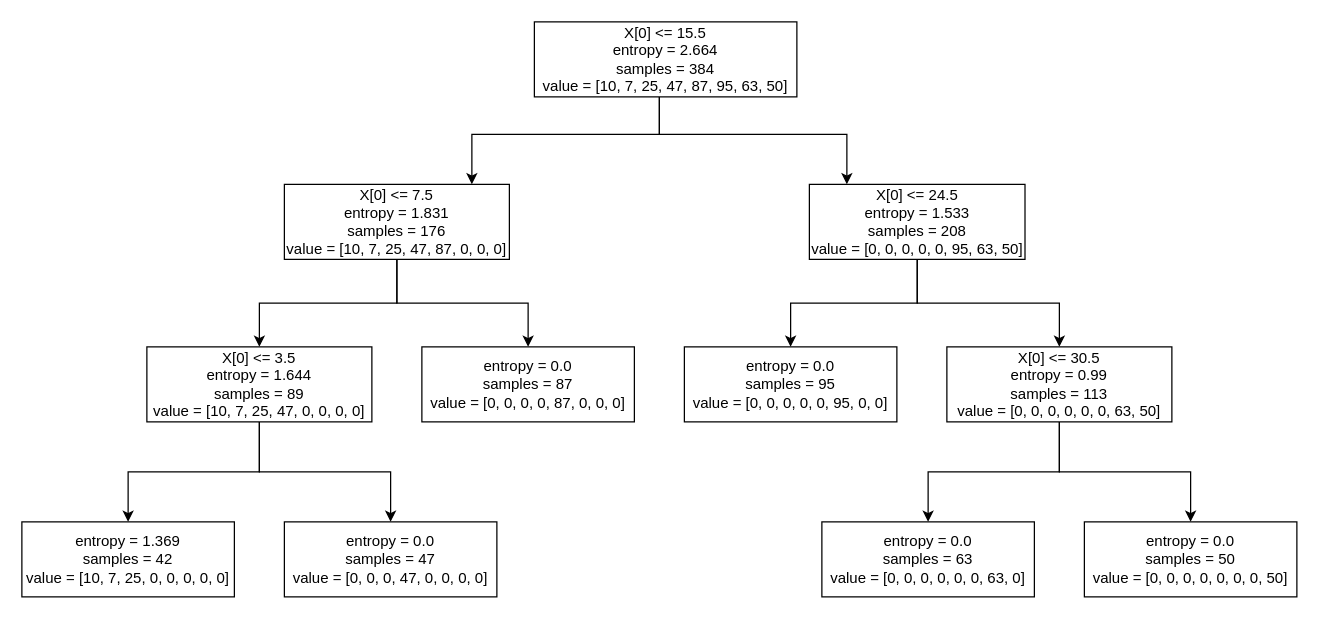
The draw.io diagram tree.drawio in chitrakarma/Crime-Prediction-Analysis, before the edit. Source tidied: cells renumbered, new cells numbered last; positions are measured from the earlier drawing's top-left corner, leaving out a move shared by most shapes. Both pictures are drawn from the tidied source at 125%, with x=0, y=0 at pixel (21, 21).
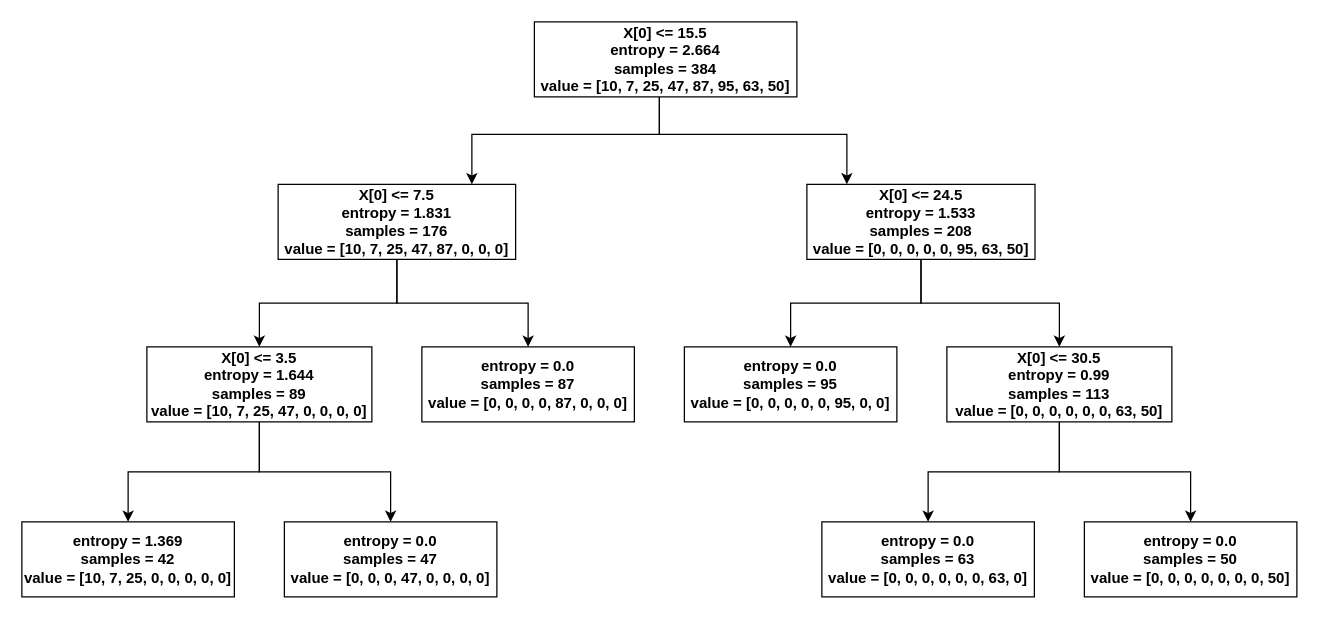
After the change.

What changed in the source:
```diff
@@
-    <mxCell id="4" value="X[0] &amp;lt;= 15.5&lt;br&gt;entropy = 2.664&lt;br&gt;samples = 384&lt;br&gt;value = [10, 7, 25, 47, 87, 95, 63, 50]" style="rounded=0;whiteSpace=wrap;html=1;" parent="1" vertex="1">
+    <mxCell id="4" value="&lt;b&gt;X[0] &amp;lt;= 15.5&lt;br&gt;entropy = 2.664&lt;br&gt;samples = 384&lt;br&gt;value = [10, 7, 25, 47, 87, 95, 63, 50]&lt;/b&gt;" style="rounded=0;whiteSpace=wrap;html=1;" parent="1" vertex="1">
       <mxGeometry x="410" width="210" height="60" as="geometry" />
     </mxCell>
@@
-    <mxCell id="7" value="&lt;span&gt;X[0] &amp;lt;= 7.5&lt;/span&gt;&lt;br&gt;&lt;span&gt;entropy = 1.831&lt;/span&gt;&lt;br&gt;&lt;span&gt;samples = 176&lt;/span&gt;&lt;br&gt;&lt;span&gt;value = [10, 7, 25, 47, 87, 0, 0, 0]&lt;/span&gt;" style="rounded=0;whiteSpace=wrap;html=1;" parent="1" vertex="1">
-      <mxGeometry x="210" y="130" width="180" height="60" as="geometry" />
+    <mxCell id="7" value="&lt;b&gt;&lt;span&gt;X[0] &amp;lt;= 7.5&lt;/span&gt;&lt;br&gt;&lt;span&gt;entropy = 1.831&lt;/span&gt;&lt;br&gt;&lt;span&gt;samples = 176&lt;/span&gt;&lt;br&gt;&lt;span&gt;value = [10, 7, 25, 47, 87, 0, 0, 0]&lt;/span&gt;&lt;/b&gt;" style="rounded=0;whiteSpace=wrap;html=1;" parent="1" vertex="1">
+      <mxGeometry x="205" y="130" width="190" height="60" as="geometry" />
     </mxCell>
@@
-    <mxCell id="10" value="&lt;span&gt;X[0] &amp;lt;= 24.5&lt;/span&gt;&lt;br&gt;&lt;span&gt;entropy = 1.533&lt;/span&gt;&lt;br&gt;&lt;span&gt;samples = 208&lt;/span&gt;&lt;br&gt;&lt;span&gt;value = [0, 0, 0, 0, 0, 95, 63, 50]&lt;/span&gt;" style="rounded=0;whiteSpace=wrap;html=1;" parent="1" vertex="1">
-      <mxGeometry x="630" y="130" width="172.5" height="60" as="geometry" />
+    <mxCell id="10" value="&lt;b&gt;&lt;span&gt;X[0] &amp;lt;= 24.5&lt;/span&gt;&lt;br&gt;&lt;span&gt;entropy = 1.533&lt;/span&gt;&lt;br&gt;&lt;span&gt;samples = 208&lt;/span&gt;&lt;br&gt;&lt;span&gt;value = [0, 0, 0, 0, 0, 95, 63, 50]&lt;/span&gt;&lt;/b&gt;" style="rounded=0;whiteSpace=wrap;html=1;" parent="1" vertex="1">
+      <mxGeometry x="628" y="130" width="182.5" height="60" as="geometry" />
     </mxCell>
@@
-    <mxCell id="13" value="&lt;span&gt;X[0] &amp;lt;= 3.5&lt;/span&gt;&lt;br&gt;&lt;span&gt;entropy = 1.644&lt;/span&gt;&lt;br&gt;&lt;span&gt;samples = 89&lt;/span&gt;&lt;br&gt;&lt;span&gt;value = [10, 7, 25, 47, 0, 0, 0, 0]&lt;/span&gt;" style="rounded=0;whiteSpace=wrap;html=1;" parent="1" vertex="1">
+    <mxCell id="13" value="&lt;b&gt;&lt;span&gt;X[0] &amp;lt;= 3.5&lt;/span&gt;&lt;br&gt;&lt;span&gt;entropy = 1.644&lt;/span&gt;&lt;br&gt;&lt;span&gt;samples = 89&lt;/span&gt;&lt;br&gt;&lt;span&gt;value = [10, 7, 25, 47, 0, 0, 0, 0]&lt;/span&gt;&lt;/b&gt;" style="rounded=0;whiteSpace=wrap;html=1;" parent="1" vertex="1">
       <mxGeometry x="100" y="260" width="180" height="60" as="geometry" />
     </mxCell>
-    <mxCell id="14" value="&lt;span&gt;entropy = 1.369&lt;/span&gt;&lt;br&gt;&lt;span&gt;samples = 42&lt;/span&gt;&lt;br&gt;&lt;span&gt;value = [10, 7, 25, 0, 0, 0, 0, 0]&lt;/span&gt;" style="rounded=0;whiteSpace=wrap;html=1;" parent="1" vertex="1">
+    <mxCell id="14" value="&lt;b&gt;&lt;span&gt;entropy = 1.369&lt;/span&gt;&lt;br&gt;&lt;span&gt;samples = 42&lt;/span&gt;&lt;br&gt;&lt;span&gt;value = [10, 7, 25, 0, 0, 0, 0, 0]&lt;/span&gt;&lt;/b&gt;" style="rounded=0;whiteSpace=wrap;html=1;" parent="1" vertex="1">
       <mxGeometry y="400" width="170" height="60" as="geometry" />
     </mxCell>
-    <mxCell id="15" value="&lt;span&gt;entropy = 0.0&lt;/span&gt;&lt;br&gt;&lt;span&gt;samples = 47&lt;/span&gt;&lt;br&gt;&lt;span&gt;value = [0, 0, 0, 47, 0, 0, 0, 0]&lt;/span&gt;" style="rounded=0;whiteSpace=wrap;html=1;" parent="1" vertex="1">
+    <mxCell id="15" value="&lt;b&gt;&lt;span&gt;entropy = 0.0&lt;/span&gt;&lt;br&gt;&lt;span&gt;samples = 47&lt;/span&gt;&lt;br&gt;&lt;span&gt;value = [0, 0, 0, 47, 0, 0, 0, 0]&lt;/span&gt;&lt;/b&gt;" style="rounded=0;whiteSpace=wrap;html=1;" parent="1" vertex="1">
       <mxGeometry x="210" y="400" width="170" height="60" as="geometry" />
     </mxCell>
@@
-    <mxCell id="18" value="&lt;span&gt;X[0] &amp;lt;= 30.5&lt;/span&gt;&lt;br&gt;&lt;span&gt;entropy = 0.99&lt;/span&gt;&lt;br&gt;&lt;span&gt;samples = 113&lt;/span&gt;&lt;br&gt;&lt;span&gt;value = [0, 0, 0, 0, 0, 0, 63, 50]&lt;/span&gt;" style="rounded=0;whiteSpace=wrap;html=1;" parent="1" vertex="1">
+    <mxCell id="18" value="&lt;b&gt;&lt;span&gt;X[0] &amp;lt;= 30.5&lt;/span&gt;&lt;br&gt;&lt;span&gt;entropy = 0.99&lt;/span&gt;&lt;br&gt;&lt;span&gt;samples = 113&lt;/span&gt;&lt;br&gt;&lt;span&gt;value = [0, 0, 0, 0, 0, 0, 63, 50]&lt;/span&gt;&lt;/b&gt;" style="rounded=0;whiteSpace=wrap;html=1;" parent="1" vertex="1">
       <mxGeometry x="740" y="260" width="180" height="60" as="geometry" />
     </mxCell>
-    <mxCell id="19" value="&lt;span&gt;entropy = 0.0&lt;/span&gt;&lt;br&gt;&lt;span&gt;samples = 63&lt;/span&gt;&lt;br&gt;&lt;span&gt;value = [0, 0, 0, 0, 0, 0, 63, 0]&lt;/span&gt;" style="rounded=0;whiteSpace=wrap;html=1;" parent="1" vertex="1">
+    <mxCell id="19" value="&lt;b&gt;&lt;span&gt;entropy = 0.0&lt;/span&gt;&lt;br&gt;&lt;span&gt;samples = 63&lt;/span&gt;&lt;br&gt;&lt;span&gt;value = [0, 0, 0, 0, 0, 0, 63, 0]&lt;/span&gt;&lt;/b&gt;" style="rounded=0;whiteSpace=wrap;html=1;" parent="1" vertex="1">
       <mxGeometry x="640" y="400" width="170" height="60" as="geometry" />
     </mxCell>
-    <mxCell id="20" value="&lt;span&gt;entropy = 0.0&lt;/span&gt;&lt;br&gt;&lt;span&gt;samples = 50&lt;/span&gt;&lt;br&gt;&lt;span&gt;value = [0, 0, 0, 0, 0, 0, 0, 50]&lt;/span&gt;" style="rounded=0;whiteSpace=wrap;html=1;" parent="1" vertex="1">
+    <mxCell id="20" value="&lt;b&gt;&lt;span&gt;entropy = 0.0&lt;/span&gt;&lt;br&gt;&lt;span&gt;samples = 50&lt;/span&gt;&lt;br&gt;&lt;span&gt;value = [0, 0, 0, 0, 0, 0, 0, 50]&lt;/span&gt;&lt;/b&gt;" style="rounded=0;whiteSpace=wrap;html=1;" parent="1" vertex="1">
       <mxGeometry x="850" y="400" width="170" height="60" as="geometry" />
     </mxCell>
-    <mxCell id="21" value="&lt;span&gt;entropy = 0.0&lt;/span&gt;&lt;br&gt;&lt;span&gt;samples = 87&lt;/span&gt;&lt;br&gt;&lt;span&gt;value = [0, 0, 0, 0, 87, 0, 0, 0]&lt;/span&gt;" style="rounded=0;whiteSpace=wrap;html=1;" parent="1" vertex="1">
+    <mxCell id="21" value="&lt;b&gt;&lt;span&gt;entropy = 0.0&lt;/span&gt;&lt;br&gt;&lt;span&gt;samples = 87&lt;/span&gt;&lt;br&gt;&lt;span&gt;value = [0, 0, 0, 0, 87, 0, 0, 0]&lt;/span&gt;&lt;/b&gt;" style="rounded=0;whiteSpace=wrap;html=1;" parent="1" vertex="1">
       <mxGeometry x="320" y="260" width="170" height="60" as="geometry" />
     </mxCell>
-    <mxCell id="22" value="&lt;span&gt;entropy = 0.0&lt;/span&gt;&lt;br&gt;&lt;span&gt;samples = 95&lt;/span&gt;&lt;br&gt;&lt;span&gt;value = [0, 0, 0, 0, 0, 95, 0, 0]&lt;/span&gt;" style="rounded=0;whiteSpace=wrap;html=1;" parent="1" vertex="1">
+    <mxCell id="22" value="&lt;b&gt;&lt;span&gt;entropy = 0.0&lt;/span&gt;&lt;br&gt;&lt;span&gt;samples = 95&lt;/span&gt;&lt;br&gt;&lt;span&gt;value = [0, 0, 0, 0, 0, 95, 0, 0]&lt;/span&gt;&lt;/b&gt;" style="rounded=0;whiteSpace=wrap;html=1;" parent="1" vertex="1">
       <mxGeometry x="530" y="260" width="170" height="60" as="geometry" />
     </mxCell>
```
